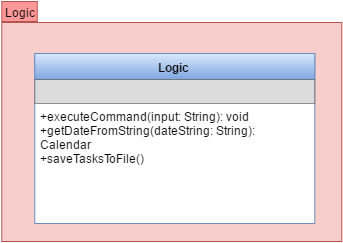
cs2103jan2016-w14-4j/main keeps this draw.io diagram as misc/User And Developer Guide/CDLogic.png. Above is the earlier version. Source tidied: cells renumbered, new cells last; positions are measured from the earlier drawing's top-left corner, leaving out a move shared by most shapes. Source of this version:
```xml
<mxGraphModel background="#ffffff">
  <root>
    <mxCell id="0" />
    <mxCell id="1" parent="0" />
    <mxCell id="2" value="Logic" style="whiteSpace=wrap;html=1;shadow=0;strokeColor=#B85450;align=center;fillColor=#FF9999;" parent="1" vertex="1">
      <mxGeometry x="0.3" width="35.5" height="20" as="geometry" />
    </mxCell>
    <mxCell id="3" style="whiteSpace=wrap;html=1;shadow=0;align=left;plain-red;fillColor=#F8CECC;gradientColor=none;" parent="1" vertex="1">
      <mxGeometry x="0.3" y="21" width="340" height="219" as="geometry" />
    </mxCell>
    <mxCell id="4" style="group;" parent="1" vertex="1">
      <mxGeometry x="61.8" y="52" width="106.4" height="90" as="geometry" />
    </mxCell>
    <mxCell id="5" value="Logic" style="swimlane;html=1;fontStyle=1;align=center;verticalAlign=top;horizontal=1;startSize=26;swimlaneFillColor=#ffffff;plain-blue;" parent="1" vertex="1">
      <mxGeometry x="33.3" y="52" width="280" height="170" as="geometry" />
    </mxCell>
    <mxCell id="6" style="text;html=1;align=left;verticalAlign=top;spacingLeft=4;spacingRight=4;whiteSpace=wrap;overflow=hidden;opacity=70;plain-gray;gradientColor=none;fillColor=#CCCCCC;" parent="5" vertex="1">
      <mxGeometry y="26" width="280" height="24" as="geometry" />
    </mxCell>
    <mxCell id="7" value="+executeCommand(input: String): void&lt;div&gt;+getDateFromString(dateString: String): Calendar&lt;/div&gt;&lt;div&gt;+saveTasksToFile()&lt;/div&gt;" style="text;html=1;strokeColor=none;fillColor=none;align=left;verticalAlign=top;spacingLeft=4;spacingRight=4;whiteSpace=wrap;overflow=hidden;" parent="5" vertex="1">
      <mxGeometry y="50" width="280" height="120" as="geometry" />
    </mxCell>
    <mxCell id="8" style="text;html=1;align=left;verticalAlign=top;spacingLeft=4;spacingRight=4;whiteSpace=wrap;overflow=hidden;opacity=70;plain-gray;gradientColor=none;fillColor=#CCCCCC;" parent="1" vertex="1">
      <mxGeometry x="33.3" y="78" width="280" height="24" as="geometry" />
    </mxCell>
    <mxCell id="9" value="+executeCommand(input: String): void&lt;div&gt;+getDateFromString(dateString: String): Calendar&lt;/div&gt;&lt;div&gt;+saveTasksToFile()&lt;/div&gt;" style="text;html=1;strokeColor=none;fillColor=none;align=left;verticalAlign=top;spacingLeft=4;spacingRight=4;whiteSpace=wrap;overflow=hidden;" parent="1" vertex="1">
      <mxGeometry x="33.3" y="102" width="280" height="120" as="geometry" />
    </mxCell>
  </root>
</mxGraphModel>
```
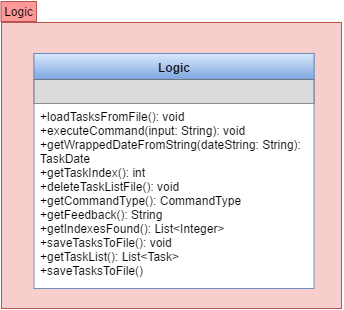
Later version of the same file.

What changed in the source:
```diff
@@ -1,4 +1,4 @@
-<mxGraphModel background="#ffffff">
+<mxGraphModel>
   <root>
     <mxCell id="0" />
     <mxCell id="1" parent="0" />
@@ -6,25 +6,25 @@
       <mxGeometry x="0.3" width="35.5" height="20" as="geometry" />
     </mxCell>
     <mxCell id="3" style="whiteSpace=wrap;html=1;shadow=0;align=left;plain-red;fillColor=#F8CECC;gradientColor=none;" parent="1" vertex="1">
-      <mxGeometry x="0.3" y="21" width="340" height="219" as="geometry" />
+      <mxGeometry x="0.8" y="21" width="340" height="286" as="geometry" />
     </mxCell>
     <mxCell id="4" style="group;" parent="1" vertex="1">
-      <mxGeometry x="61.8" y="52" width="106.4" height="90" as="geometry" />
+      <mxGeometry x="61.9" y="52" width="106.4" height="90" as="geometry" />
     </mxCell>
     <mxCell id="5" value="Logic" style="swimlane;html=1;fontStyle=1;align=center;verticalAlign=top;horizontal=1;startSize=26;swimlaneFillColor=#ffffff;plain-blue;" parent="1" vertex="1">
-      <mxGeometry x="33.3" y="52" width="280" height="170" as="geometry" />
+      <mxGeometry x="33.3" y="52" width="280" height="235" as="geometry" />
     </mxCell>
     <mxCell id="6" style="text;html=1;align=left;verticalAlign=top;spacingLeft=4;spacingRight=4;whiteSpace=wrap;overflow=hidden;opacity=70;plain-gray;gradientColor=none;fillColor=#CCCCCC;" parent="5" vertex="1">
       <mxGeometry y="26" width="280" height="24" as="geometry" />
     </mxCell>
-    <mxCell id="7" value="+executeCommand(input: String): void&lt;div&gt;+getDateFromString(dateString: String): Calendar&lt;/div&gt;&lt;div&gt;+saveTasksToFile()&lt;/div&gt;" style="text;html=1;strokeColor=none;fillColor=none;align=left;verticalAlign=top;spacingLeft=4;spacingRight=4;whiteSpace=wrap;overflow=hidden;" parent="5" vertex="1">
-      <mxGeometry y="50" width="280" height="120" as="geometry" />
+    <mxCell id="7" value="&lt;div&gt;+loadTasksFromFile(): void&lt;/div&gt;&lt;span&gt;+executeCommand(input: String): void&lt;/span&gt;&lt;div&gt;+getWrappedDateFromString(dateString: String): TaskDate&lt;/div&gt;&lt;div&gt;+getTaskIndex(): int&lt;/div&gt;&lt;div&gt;+deleteTaskListFile(): void&lt;/div&gt;&lt;div&gt;+getCommandType(): CommandType&lt;/div&gt;&lt;div&gt;+getFeedback(): String&lt;/div&gt;&lt;div&gt;+getIndexesFound(): List&amp;lt;Integer&amp;gt;&lt;/div&gt;&lt;div&gt;+saveTasksToFile(): void&lt;/div&gt;&lt;div&gt;+getTaskList(): List&amp;lt;Task&amp;gt;&lt;/div&gt;&lt;div&gt;+saveTasksToFile()&lt;/div&gt;" style="text;html=1;strokeColor=none;fillColor=none;align=left;verticalAlign=top;spacingLeft=4;spacingRight=4;whiteSpace=wrap;overflow=hidden;" parent="5" vertex="1">
+      <mxGeometry y="50" width="280" height="178" as="geometry" />
     </mxCell>
     <mxCell id="8" style="text;html=1;align=left;verticalAlign=top;spacingLeft=4;spacingRight=4;whiteSpace=wrap;overflow=hidden;opacity=70;plain-gray;gradientColor=none;fillColor=#CCCCCC;" parent="1" vertex="1">
       <mxGeometry x="33.3" y="78" width="280" height="24" as="geometry" />
     </mxCell>
-    <mxCell id="9" value="+executeCommand(input: String): void&lt;div&gt;+getDateFromString(dateString: String): Calendar&lt;/div&gt;&lt;div&gt;+saveTasksToFile()&lt;/div&gt;" style="text;html=1;strokeColor=none;fillColor=none;align=left;verticalAlign=top;spacingLeft=4;spacingRight=4;whiteSpace=wrap;overflow=hidden;" parent="1" vertex="1">
-      <mxGeometry x="33.3" y="102" width="280" height="120" as="geometry" />
+    <mxCell id="9" value="&lt;div&gt;+loadTasksFromFile(): void&lt;/div&gt;&lt;span&gt;+executeCommand(input: String): void&lt;/span&gt;&lt;div&gt;+getWrappedDateFromString(dateString: String): TaskDate&lt;/div&gt;&lt;div&gt;+getTaskIndex(): int&lt;/div&gt;&lt;div&gt;+deleteTaskListFile(): void&lt;/div&gt;&lt;div&gt;+getCommandType(): CommandType&lt;/div&gt;&lt;div&gt;+getFeedback(): String&lt;/div&gt;&lt;div&gt;+getIndexesFound(): List&amp;lt;Integer&amp;gt;&lt;/div&gt;&lt;div&gt;+saveTasksToFile(): void&lt;/div&gt;&lt;div&gt;+getTaskList(): List&amp;lt;Task&amp;gt;&lt;/div&gt;&lt;div&gt;+saveTasksToFile()&lt;/div&gt;" style="text;html=1;strokeColor=none;fillColor=none;align=left;verticalAlign=top;spacingLeft=4;spacingRight=4;whiteSpace=wrap;overflow=hidden;" parent="1" vertex="1">
+      <mxGeometry x="33.3" y="102" width="280" height="178" as="geometry" />
     </mxCell>
   </root>
 </mxGraphModel>
```
